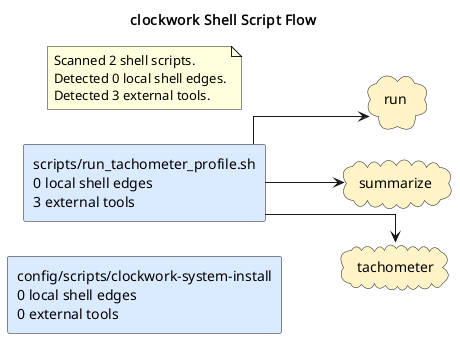
Above: docs/diagrams/shell-call-graph.puml.png in casonk/clockwork (PlantUML), before the change.
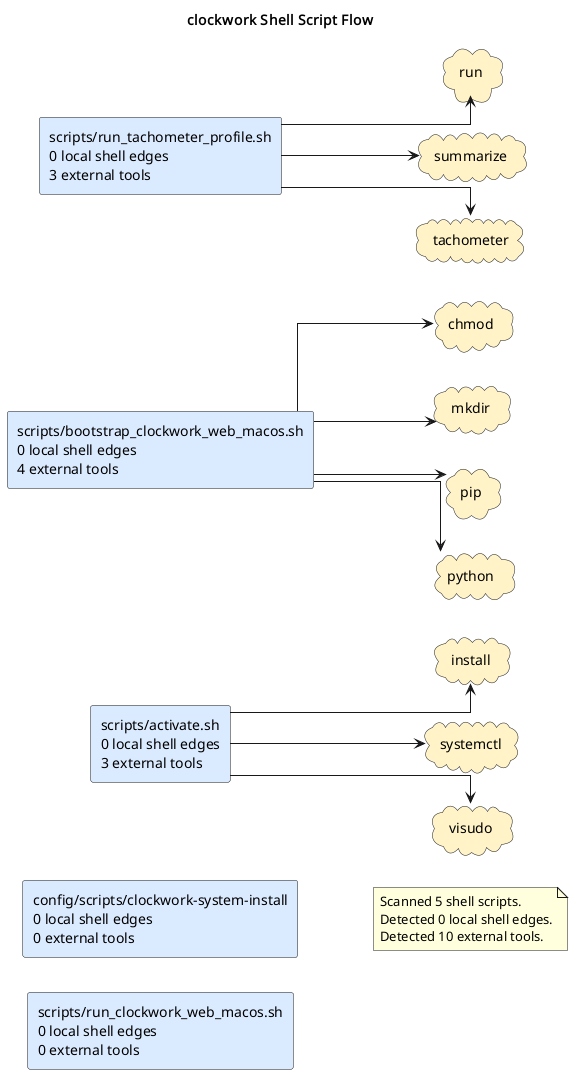
The same diagram one commit later.

The edit, as a diff of the source:
```diff
@@ -6,16 +6,33 @@
 skinparam componentStyle rectangle
 skinparam linetype ortho
 rectangle "config/scripts/clockwork-system-install\n0 local shell edges\n0 external tools" as shell_config_scripts_clockwork_system_install #DBEAFE
+rectangle "scripts/activate.sh\n0 local shell edges\n3 external tools" as shell_scripts_activate_sh #DBEAFE
+rectangle "scripts/bootstrap_clockwork_web_macos.sh\n0 local shell edges\n4 external tools" as shell_scripts_bootstrap_clockwork_web_macos_sh #DBEAFE
+rectangle "scripts/run_clockwork_web_macos.sh\n0 local shell edges\n0 external tools" as shell_scripts_run_clockwork_web_macos_sh #DBEAFE
 rectangle "scripts/run_tachometer_profile.sh\n0 local shell edges\n3 external tools" as shell_scripts_run_tachometer_profile_sh #DBEAFE
+cloud "chmod" as tool_chmod #FEF3C7
+cloud "install" as tool_install #FEF3C7
+cloud "mkdir" as tool_mkdir #FEF3C7
+cloud "pip" as tool_pip #FEF3C7
+cloud "python" as tool_python #FEF3C7
 cloud "run" as tool_run #FEF3C7
 cloud "summarize" as tool_summarize #FEF3C7
+cloud "systemctl" as tool_systemctl #FEF3C7
 cloud "tachometer" as tool_tachometer #FEF3C7
+cloud "visudo" as tool_visudo #FEF3C7
+shell_scripts_activate_sh --> tool_install
+shell_scripts_activate_sh --> tool_systemctl
+shell_scripts_activate_sh --> tool_visudo
+shell_scripts_bootstrap_clockwork_web_macos_sh --> tool_chmod
+shell_scripts_bootstrap_clockwork_web_macos_sh --> tool_mkdir
+shell_scripts_bootstrap_clockwork_web_macos_sh --> tool_pip
+shell_scripts_bootstrap_clockwork_web_macos_sh --> tool_python
 shell_scripts_run_tachometer_profile_sh --> tool_run
 shell_scripts_run_tachometer_profile_sh --> tool_summarize
 shell_scripts_run_tachometer_profile_sh --> tool_tachometer
 note as shellGraphSummary
-Scanned 2 shell scripts.
+Scanned 5 shell scripts.
 Detected 0 local shell edges.
-Detected 3 external tools.
+Detected 10 external tools.
 end note
 @enduml
```
